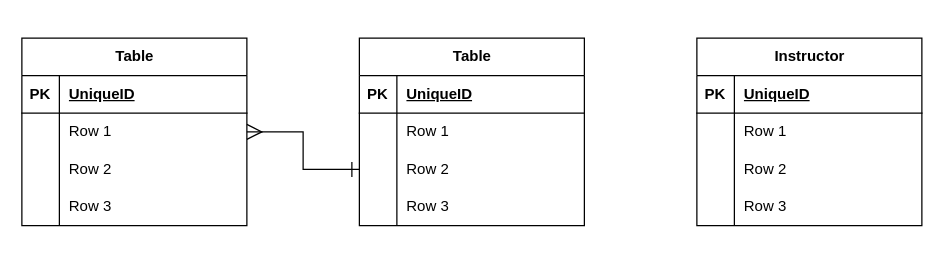
This is EduHub.drawio from suez-halder/my-ER-diagrams, a draw.io file, before an edit. Source tidied: cells renumbered, new cells numbered last; positions are measured from the earlier drawing's top-left corner, leaving out a move shared by most shapes. Both pictures are drawn from the tidied source at 125%, with x=0, y=0 at pixel (21, 38).
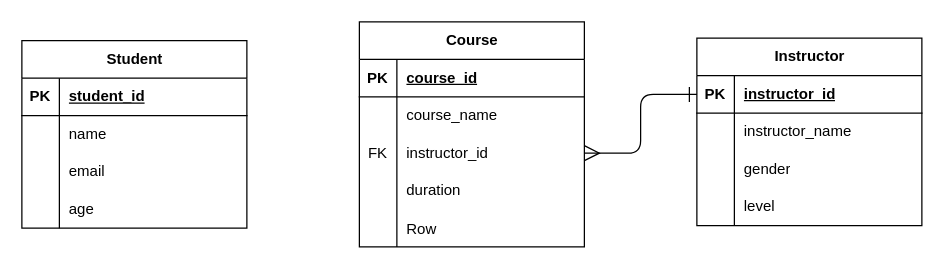
The same page after the edit.

The change refers to these unchanged cells:
```xml
<mxCell id="3" style="shape=tableRow;horizontal=0;startSize=0;swimlaneHead=0;swimlaneBody=0;fillColor=none;top=0;left=0;right=0;bottom=1;" parent="2" vertex="1">
  <mxGeometry y="30" width="180" height="30" as="geometry" />
</mxCell>
<mxCell id="6" style="shape=tableRow;horizontal=0;startSize=0;swimlaneHead=0;swimlaneBody=0;fillColor=none;points=[[0,0.5],[1,0.5]];portConstraint=eastwest;top=0;left=0;right=0;bottom=0;" parent="2" vertex="1">
  <mxGeometry y="60" width="180" height="30" as="geometry" />
</mxCell>
<mxCell id="9" style="shape=tableRow;horizontal=0;startSize=0;swimlaneHead=0;swimlaneBody=0;fillColor=none;top=0;left=0;right=0;bottom=0;" parent="2" vertex="1">
  <mxGeometry y="90" width="180" height="30" as="geometry" />
</mxCell>
<mxCell id="12" style="shape=tableRow;horizontal=0;startSize=0;swimlaneHead=0;swimlaneBody=0;fillColor=none;top=0;left=0;right=0;bottom=0;" parent="2" vertex="1">
  <mxGeometry y="120" width="180" height="30" as="geometry" />
</mxCell>
<mxCell id="16" style="shape=tableRow;horizontal=0;startSize=0;swimlaneHead=0;swimlaneBody=0;fillColor=none;top=0;left=0;right=0;bottom=1;" parent="15" vertex="1">
  <mxGeometry y="30" width="180" height="30" as="geometry" />
</mxCell>
<mxCell id="19" style="shape=tableRow;horizontal=0;startSize=0;swimlaneHead=0;swimlaneBody=0;fillColor=none;top=0;left=0;right=0;bottom=0;" parent="15" vertex="1">
  <mxGeometry y="60" width="180" height="30" as="geometry" />
</mxCell>
<mxCell id="22" style="shape=tableRow;horizontal=0;startSize=0;swimlaneHead=0;swimlaneBody=0;fillColor=none;points=[[0,0.5],[1,0.5]];portConstraint=eastwest;top=0;left=0;right=0;bottom=0;" parent="15" vertex="1">
  <mxGeometry y="90" width="180" height="30" as="geometry" />
</mxCell>
<mxCell id="25" style="shape=tableRow;horizontal=0;startSize=0;swimlaneHead=0;swimlaneBody=0;fillColor=none;top=0;left=0;right=0;bottom=0;" parent="15" vertex="1">
  <mxGeometry y="120" width="180" height="30" as="geometry" />
</mxCell>
<mxCell id="30" style="shape=tableRow;horizontal=0;startSize=0;swimlaneHead=0;swimlaneBody=0;fillColor=none;points=[[0,0.5],[1,0.5]];portConstraint=eastwest;top=0;left=0;right=0;bottom=1;" parent="29" vertex="1">
  <mxGeometry y="30" width="180" height="30" as="geometry" />
</mxCell>
<mxCell id="33" style="shape=tableRow;horizontal=0;startSize=0;swimlaneHead=0;swimlaneBody=0;fillColor=none;top=0;left=0;right=0;bottom=0;" parent="29" vertex="1">
  <mxGeometry y="60" width="180" height="30" as="geometry" />
</mxCell>
<mxCell id="36" style="shape=tableRow;horizontal=0;startSize=0;swimlaneHead=0;swimlaneBody=0;fillColor=none;top=0;left=0;right=0;bottom=0;" parent="29" vertex="1">
  <mxGeometry y="90" width="180" height="30" as="geometry" />
</mxCell>
<mxCell id="39" style="shape=tableRow;horizontal=0;startSize=0;swimlaneHead=0;swimlaneBody=0;fillColor=none;top=0;left=0;right=0;bottom=0;" parent="29" vertex="1">
  <mxGeometry y="120" width="180" height="30" as="geometry" />
</mxCell>
```

Change to the diagram source:
```diff
@@
-    <mxCell id="2" value="Table" style="shape=table;startSize=30;childLayout=tableLayout;rowLines=0;fontStyle=1;align=center;html=1;" parent="1" vertex="1">
-      <mxGeometry width="180" height="150" as="geometry" />
+    <mxCell id="2" value="Student" style="shape=table;startSize=30;childLayout=tableLayout;rowLines=0;fontStyle=1;align=center;html=1;" parent="1" vertex="1">
+      <mxGeometry y="2" width="180" height="150" as="geometry" />
     </mxCell>
@@
-    <mxCell id="5" value="UniqueID" style="shape=partialRectangle;fillColor=none;top=0;left=0;bottom=0;right=0;align=left;spacingLeft=6;fontStyle=5;overflow=hidden;whiteSpace=wrap;html=1;" parent="3" vertex="1">
+    <mxCell id="5" value="student_id" style="shape=partialRectangle;fillColor=none;top=0;left=0;bottom=0;right=0;align=left;spacingLeft=6;fontStyle=5;overflow=hidden;whiteSpace=wrap;html=1;" parent="3" vertex="1">
       <mxGeometry x="30" width="150" height="30" as="geometry" />
     </mxCell>
@@
-    <mxCell id="8" value="Row 1" style="shape=partialRectangle;fillColor=none;top=0;left=0;bottom=0;right=0;align=left;spacingLeft=6;overflow=hidden;whiteSpace=wrap;html=1;" parent="6" vertex="1">
+    <mxCell id="8" value="name" style="shape=partialRectangle;fillColor=none;top=0;left=0;bottom=0;right=0;align=left;spacingLeft=6;overflow=hidden;whiteSpace=wrap;html=1;" parent="6" vertex="1">
       <mxGeometry x="30" width="150" height="30" as="geometry" />
     </mxCell>
@@
-    <mxCell id="11" value="Row 2" style="shape=partialRectangle;fillColor=none;top=0;left=0;bottom=0;right=0;align=left;spacingLeft=6;overflow=hidden;whiteSpace=wrap;html=1;" parent="9" vertex="1">
+    <mxCell id="11" value="email" style="shape=partialRectangle;fillColor=none;top=0;left=0;bottom=0;right=0;align=left;spacingLeft=6;overflow=hidden;whiteSpace=wrap;html=1;" parent="9" vertex="1">
       <mxGeometry x="30" width="150" height="30" as="geometry" />
     </mxCell>
@@
-    <mxCell id="14" value="Row 3" style="shape=partialRectangle;fillColor=none;top=0;left=0;bottom=0;right=0;align=left;spacingLeft=6;overflow=hidden;whiteSpace=wrap;html=1;" parent="12" vertex="1">
+    <mxCell id="14" value="age" style="shape=partialRectangle;fillColor=none;top=0;left=0;bottom=0;right=0;align=left;spacingLeft=6;overflow=hidden;whiteSpace=wrap;html=1;" parent="12" vertex="1">
       <mxGeometry x="30" width="150" height="30" as="geometry" />
     </mxCell>
-    <mxCell id="15" value="Table" style="shape=table;startSize=30;childLayout=tableLayout;rowLines=0;fontStyle=1;align=center;html=1;" parent="1" vertex="1">
-      <mxGeometry x="270" width="180" height="150" as="geometry" />
+    <mxCell id="15" value="Course" style="shape=table;startSize=30;childLayout=tableLayout;rowLines=0;fontStyle=1;align=center;html=1;" parent="1" vertex="1">
+      <mxGeometry x="270" y="-13" width="180" height="180" as="geometry" />
     </mxCell>
@@
-    <mxCell id="18" value="UniqueID" style="shape=partialRectangle;fillColor=none;top=0;left=0;bottom=0;right=0;align=left;spacingLeft=6;fontStyle=5;overflow=hidden;whiteSpace=wrap;html=1;" parent="16" vertex="1">
+    <mxCell id="18" value="course_id" style="shape=partialRectangle;fillColor=none;top=0;left=0;bottom=0;right=0;align=left;spacingLeft=6;fontStyle=5;overflow=hidden;whiteSpace=wrap;html=1;" parent="16" vertex="1">
       <mxGeometry x="30" width="150" height="30" as="geometry" />
     </mxCell>
@@
-    <mxCell id="21" value="Row 1" style="shape=partialRectangle;fillColor=none;top=0;left=0;bottom=0;right=0;align=left;spacingLeft=6;overflow=hidden;whiteSpace=wrap;html=1;" parent="19" vertex="1">
+    <mxCell id="21" value="course_name" style="shape=partialRectangle;fillColor=none;top=0;left=0;bottom=0;right=0;align=left;spacingLeft=6;overflow=hidden;whiteSpace=wrap;html=1;" parent="19" vertex="1">
       <mxGeometry x="30" width="150" height="30" as="geometry" />
     </mxCell>
@@
-    <mxCell id="23" style="shape=partialRectangle;fillColor=none;top=0;left=0;bottom=0;right=0;overflow=hidden;whiteSpace=wrap;html=1;" parent="22" vertex="1">
+    <mxCell id="23" value="&lt;span style=&quot;&quot;&gt;FK&lt;/span&gt;" style="shape=partialRectangle;fillColor=none;top=0;left=0;bottom=0;right=0;overflow=hidden;whiteSpace=wrap;html=1;" parent="22" vertex="1">
       <mxGeometry width="30" height="30" as="geometry" />
     </mxCell>
-    <mxCell id="24" value="Row 2" style="shape=partialRectangle;fillColor=none;top=0;left=0;bottom=0;right=0;align=left;spacingLeft=6;overflow=hidden;whiteSpace=wrap;html=1;" parent="22" vertex="1">
+    <mxCell id="24" value="instructor_id" style="shape=partialRectangle;fillColor=none;top=0;left=0;bottom=0;right=0;align=left;spacingLeft=6;overflow=hidden;whiteSpace=wrap;html=1;" parent="22" vertex="1">
       <mxGeometry x="30" width="150" height="30" as="geometry" />
     </mxCell>
@@
-    <mxCell id="27" value="Row 3" style="shape=partialRectangle;fillColor=none;top=0;left=0;bottom=0;right=0;align=left;spacingLeft=6;overflow=hidden;whiteSpace=wrap;html=1;" parent="25" vertex="1">
+    <mxCell id="27" value="duration" style="shape=partialRectangle;fillColor=none;top=0;left=0;bottom=0;right=0;align=left;spacingLeft=6;overflow=hidden;whiteSpace=wrap;html=1;" parent="25" vertex="1">
       <mxGeometry x="30" width="150" height="30" as="geometry" />
     </mxCell>
-    <mxCell id="28" style="rounded=0;jettySize=auto;html=1;exitX=1;exitY=0.5;exitDx=0;exitDy=0;elbow=vertical;edgeStyle=orthogonalEdgeStyle;startArrow=ERmany;startFill=0;endSize=10;startSize=10;endArrow=ERone;endFill=0;" parent="1" edge="1" source="6" target="22">
-      <mxGeometry relative="1" as="geometry" />
-    </mxCell>
+    <mxCell id="42" style="shape=tableRow;horizontal=0;startSize=0;swimlaneHead=0;swimlaneBody=0;fillColor=none;top=0;left=0;right=0;bottom=0;" parent="15" vertex="1">
+      <mxGeometry y="150" width="180" height="30" as="geometry" />
+    </mxCell>
+    <mxCell id="43" style="shape=partialRectangle;fillColor=none;top=0;left=0;bottom=0;right=0;overflow=hidden;" parent="42" vertex="1">
+      <mxGeometry width="30" height="30" as="geometry" />
+    </mxCell>
+    <mxCell id="44" value="Row" style="shape=partialRectangle;fillColor=none;top=0;left=0;bottom=0;right=0;align=left;spacingLeft=6;overflow=hidden;" parent="42" vertex="1">
+      <mxGeometry x="30" width="150" height="30" as="geometry" />
+    </mxCell>
@@
-    <mxCell id="32" value="UniqueID" style="shape=partialRectangle;fillColor=none;top=0;left=0;bottom=0;right=0;align=left;spacingLeft=6;fontStyle=5;overflow=hidden;whiteSpace=wrap;html=1;" parent="30" vertex="1">
+    <mxCell id="32" value="instructor_id" style="shape=partialRectangle;fillColor=none;top=0;left=0;bottom=0;right=0;align=left;spacingLeft=6;fontStyle=5;overflow=hidden;whiteSpace=wrap;html=1;" parent="30" vertex="1">
       <mxGeometry x="30" width="150" height="30" as="geometry" />
     </mxCell>
@@
-    <mxCell id="35" value="Row 1" style="shape=partialRectangle;fillColor=none;top=0;left=0;bottom=0;right=0;align=left;spacingLeft=6;overflow=hidden;whiteSpace=wrap;html=1;" parent="33" vertex="1">
+    <mxCell id="35" value="instructor_name" style="shape=partialRectangle;fillColor=none;top=0;left=0;bottom=0;right=0;align=left;spacingLeft=6;overflow=hidden;whiteSpace=wrap;html=1;" parent="33" vertex="1">
       <mxGeometry x="30" width="150" height="30" as="geometry" />
     </mxCell>
@@
-    <mxCell id="38" value="Row 2" style="shape=partialRectangle;fillColor=none;top=0;left=0;bottom=0;right=0;align=left;spacingLeft=6;overflow=hidden;whiteSpace=wrap;html=1;" parent="36" vertex="1">
+    <mxCell id="38" value="gender" style="shape=partialRectangle;fillColor=none;top=0;left=0;bottom=0;right=0;align=left;spacingLeft=6;overflow=hidden;whiteSpace=wrap;html=1;" parent="36" vertex="1">
       <mxGeometry x="30" width="150" height="30" as="geometry" />
     </mxCell>
@@
-    <mxCell id="41" value="Row 3" style="shape=partialRectangle;fillColor=none;top=0;left=0;bottom=0;right=0;align=left;spacingLeft=6;overflow=hidden;whiteSpace=wrap;html=1;" parent="39" vertex="1">
+    <mxCell id="41" value="level" style="shape=partialRectangle;fillColor=none;top=0;left=0;bottom=0;right=0;align=left;spacingLeft=6;overflow=hidden;whiteSpace=wrap;html=1;" parent="39" vertex="1">
       <mxGeometry x="30" width="150" height="30" as="geometry" />
     </mxCell>
+    <mxCell id="45" style="edgeStyle=orthogonalEdgeStyle;html=1;exitX=1;exitY=0.5;exitDx=0;exitDy=0;endSize=10;startSize=10;startArrow=ERmany;startFill=0;endArrow=ERone;endFill=0;" parent="1" edge="1" source="22" target="30">
+      <mxGeometry relative="1" as="geometry" />
+    </mxCell>
```
